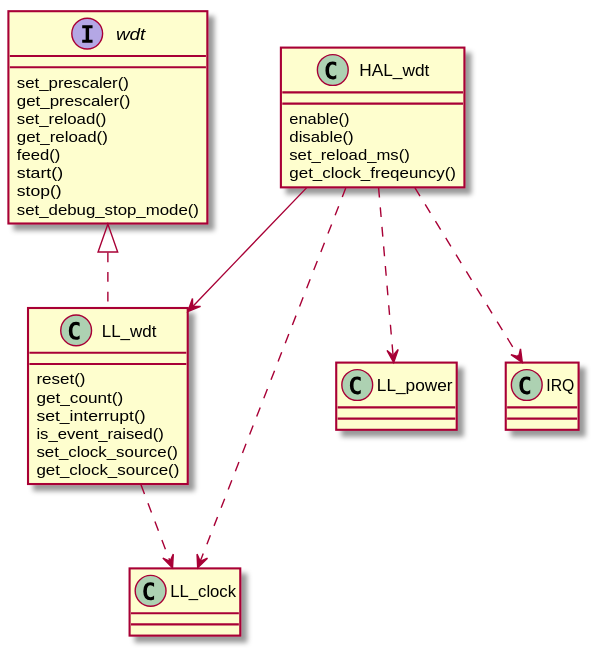
The PlantUML diagram docs/source/assets/images/wdt.svg in onkwon/halmcu, before a commit.
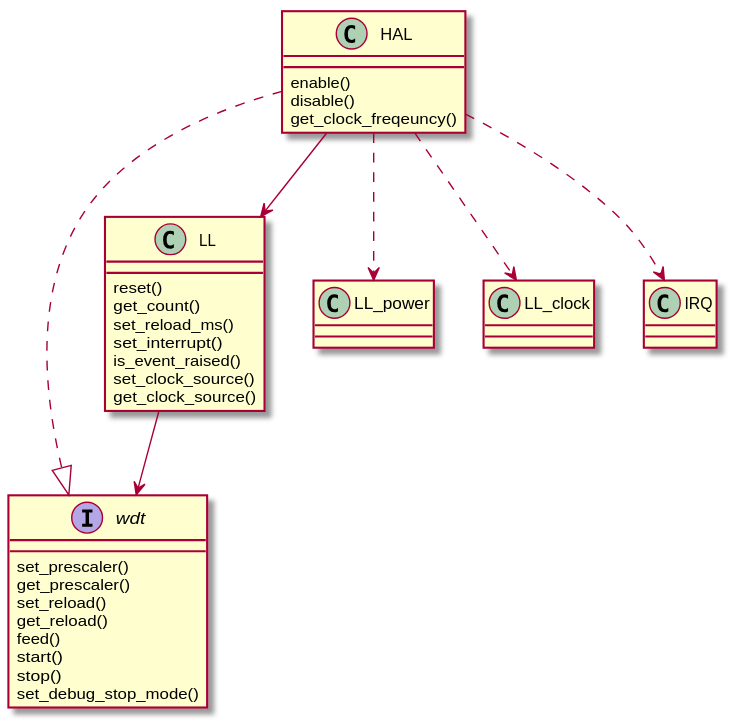
The same file after the commit.

What changed in the source:
```diff
@@ -10,26 +10,26 @@
 	set_debug_stop_mode()
 }
 
-class LL_wdt {
+class LL {
 	reset()
 	get_count()
+	set_reload_ms()
 	set_interrupt()
 	is_event_raised()
 	set_clock_source()
 	get_clock_source()
 }
 
-class HAL_wdt {
+class HAL {
 	enable()
 	disable()
-	set_reload_ms()
 	get_clock_freqeuncy()
 }
 
-wdt <|.. LL_wdt
-LL_wdt ..> LL_clock
-HAL_wdt --> LL_wdt
-HAL_wdt ..> LL_power
-HAL_wdt ..> LL_clock
-HAL_wdt ..> IRQ
+HAL ..|> wdt
+HAL --> LL
+HAL ..> LL_power
+HAL ..> LL_clock
+HAL ..> IRQ
+LL --> wdt
 @enduml
```
